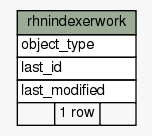
Before: documentation/schema-doc/diagrams/summary/rhnindexerwork.1degree.png, a diagram exported from Graphviz (spacewalkproject/spacewalkproject.github.io). Its source is kept beside it as documentation/schema-doc/diagrams/summary/rhnindexerwork.1degree.dot. Source of this version:
```dot
digraph "rhnindexerwork" {
  graph [
    rankdir="RL"
    bgcolor="#f7f7f7"
    nodesep="0.18"
    ranksep="0.46"
    fontname="Helvetica"
    fontsize="11"
  ];
  node [
    fontname="Helvetica"
    fontsize="11"
    shape="plaintext"
  ];
  edge [
    arrowsize="0.8"
  ];
  "rhnindexerwork" [
    label=<
    <TABLE BORDER="0" CELLBORDER="1" CELLSPACING="0" BGCOLOR="#ffffff">
      <TR><TD COLSPAN="3" BGCOLOR="#9bab96" ALIGN="CENTER">rhnindexerwork</TD></TR>
      <TR><TD PORT="object_type" COLSPAN="3" ALIGN="LEFT">object_type</TD></TR>
      <TR><TD PORT="last_id" COLSPAN="3" ALIGN="LEFT">last_id</TD></TR>
      <TR><TD PORT="last_modified" COLSPAN="3" ALIGN="LEFT">last_modified</TD></TR>
      <TR><TD ALIGN="LEFT" BGCOLOR="#f7f7f7">  </TD><TD ALIGN="RIGHT" BGCOLOR="#f7f7f7">1 row</TD><TD ALIGN="RIGHT" BGCOLOR="#f7f7f7">  </TD></TR>
    </TABLE>>
    URL="tables/rhnindexerwork.html"
    tooltip="rhnindexerwork"
  ];
}
```
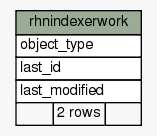
After the commit.

What changed in the source:
```diff
@@ -22,7 +22,7 @@
       <TR><TD PORT="object_type" COLSPAN="3" ALIGN="LEFT">object_type</TD></TR>
       <TR><TD PORT="last_id" COLSPAN="3" ALIGN="LEFT">last_id</TD></TR>
       <TR><TD PORT="last_modified" COLSPAN="3" ALIGN="LEFT">last_modified</TD></TR>
-      <TR><TD ALIGN="LEFT" BGCOLOR="#f7f7f7">  </TD><TD ALIGN="RIGHT" BGCOLOR="#f7f7f7">1 row</TD><TD ALIGN="RIGHT" BGCOLOR="#f7f7f7">  </TD></TR>
+      <TR><TD ALIGN="LEFT" BGCOLOR="#f7f7f7">  </TD><TD ALIGN="RIGHT" BGCOLOR="#f7f7f7">2 rows</TD><TD ALIGN="RIGHT" BGCOLOR="#f7f7f7">  </TD></TR>
     </TABLE>>
     URL="tables/rhnindexerwork.html"
     tooltip="rhnindexerwork"
```
